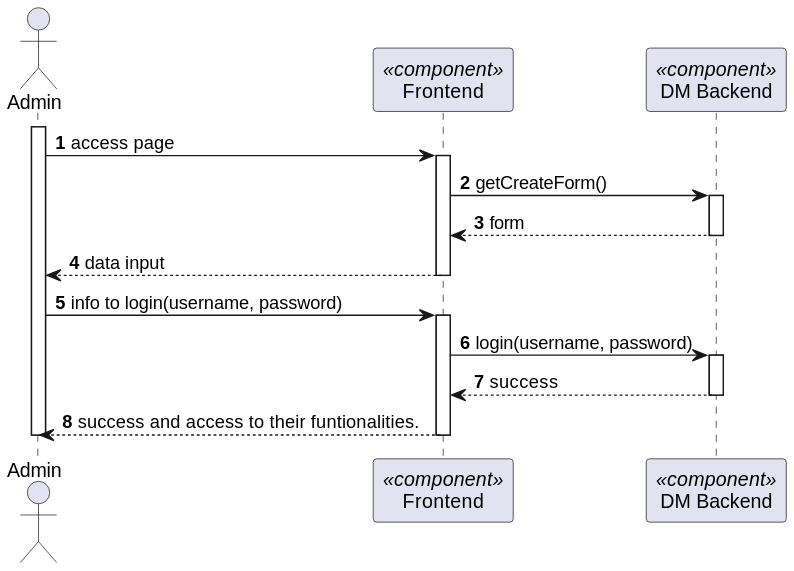
Above: docs/BackofficeModule/7.2.2/sequence-diagram-2.svg in Ana-Miguel-Silva/SurgicalAppointmentAndResourceManagement (PlantUML), before the change. Source of this version:
```plantuml
@startuml
skinparam packageStyle rectangle
skinparam shadowing false

autonumber

actor "Admin" as AD
participant "Frontend" as FE <<component>>
participant "DM Backend" as BE <<component>>



activate AD
AD -> FE: access page
activate FE
FE -> BE: getCreateForm()
activate BE
BE --> FE: form
deactivate BE
FE --> AD : data input
deactivate FE
AD -> FE : info to login(username, password)
activate FE
FE -> BE : login(username, password)
activate BE
BE --> FE: success
deactivate BE
FE --> AD : success and access to their funtionalities.
deactivate FE
deactivate AD
@enduml
```
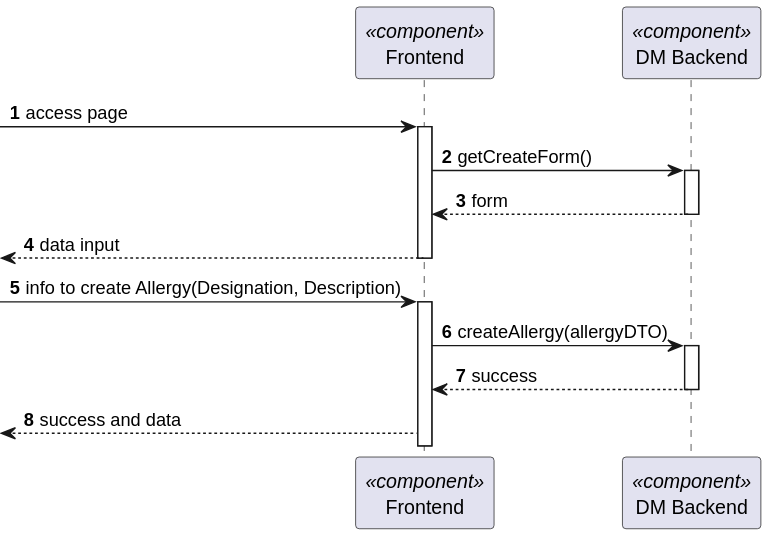
After the commit.

Diff of the diagram source:
```diff
@@ -4,28 +4,25 @@
 
 autonumber
 
-actor "Admin" as AD
 participant "Frontend" as FE <<component>>
 participant "DM Backend" as BE <<component>>
 
 
 
-activate AD
-AD -> FE: access page
+ -> FE: access page
 activate FE
 FE -> BE: getCreateForm()
 activate BE
 BE --> FE: form
 deactivate BE
-FE --> AD : data input
+<-- FE   : data input
 deactivate FE
-AD -> FE : info to login(username, password)
+-> FE : info to create Allergy(Designation, Description)
 activate FE
-FE -> BE : login(username, password)
+FE -> BE : createAllergy(allergyDTO)
 activate BE
 BE --> FE: success
 deactivate BE
-FE --> AD : success and access to their funtionalities.
-deactivate FE
-deactivate AD
+
+<-- FE   : success and data
 @enduml
```
